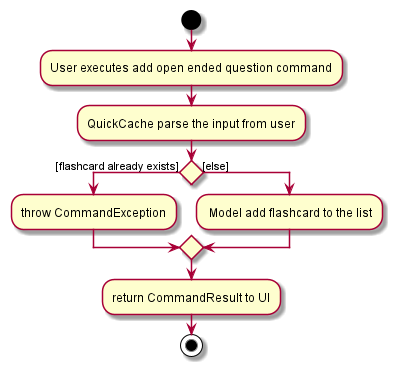
Earlier version of the PlantUML export docs/images/AddOpenEndedActivityDiagram.png (nus-cs2103-AY2021S1/tp).
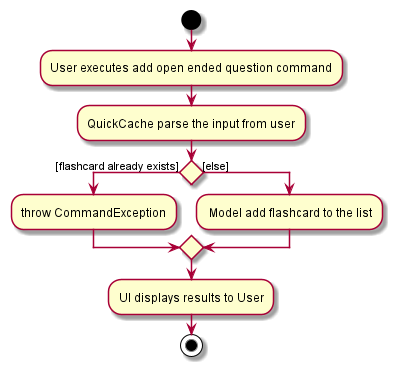
Above is the later version.

Commit message:
Change activity diagram for add and addmcq command

What changed in the source:
```diff
@@ -9,6 +9,6 @@
 else ([else])
     : Model add flashcard to the list;
 endif
-:return CommandResult to UI;
+:UI displays results to User;
 stop
 @enduml
```
